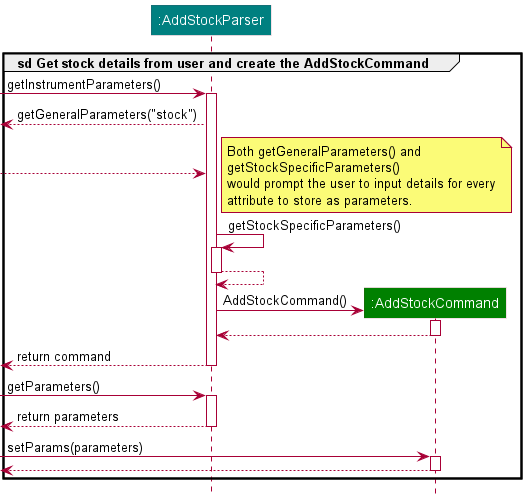
Above: docs/images/AddStockSequenceDiagramRef.png in williamlamjy/mTracker (PlantUML), before the change.
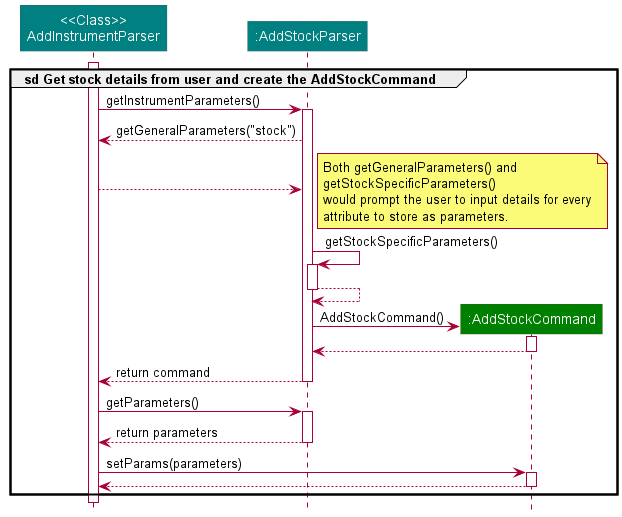
The same file after the commit.

Commit message:
Fix ref diagram

Diff of the diagram source:
```diff
@@ -2,14 +2,17 @@
 !include Styles.puml
 
 group sd Get stock details from user and create the AddStockCommand
+participant "<<Class>>\nAddInstrumentParser" as AddInstrumentParser COLOR_CONSOLE
 participant ":AddStockParser" as AddStockParser COLOR_CONSOLE
 participant ":AddStockCommand" as AddStockCommand COLOR_COMMANDS
 
-[-> AddStockParser : getInstrumentParameters()
+activate AddInstrumentParser
+
+AddInstrumentParser-> AddStockParser : getInstrumentParameters()
 activate AddStockParser
-[<--AddStockParser : getGeneralParameters("stock")
+AddInstrumentParser<--AddStockParser : getGeneralParameters("stock")
 
-[--> AddStockParser
+AddInstrumentParser--> AddStockParser
 
 note right
 Both getGeneralParameters() and
@@ -29,17 +32,17 @@
 AddStockCommand --> AddStockParser
 deactivate AddStockCommand
 
-[<--AddStockParser : return command
+AddInstrumentParser<--AddStockParser : return command
 deactivate AddStockParser
 
-[->AddStockParser : getParameters()
+AddInstrumentParser->AddStockParser : getParameters()
 activate AddStockParser
-[<--AddStockParser : return parameters
+AddInstrumentParser<--AddStockParser : return parameters
 deactivate AddStockParser
 
-[-> AddStockCommand : setParams(parameters)
+AddInstrumentParser-> AddStockCommand : setParams(parameters)
 activate AddStockCommand
-[<--AddStockCommand
+AddInstrumentParser<--AddStockCommand
 deactivate AddStockCommand
 
 end
```
